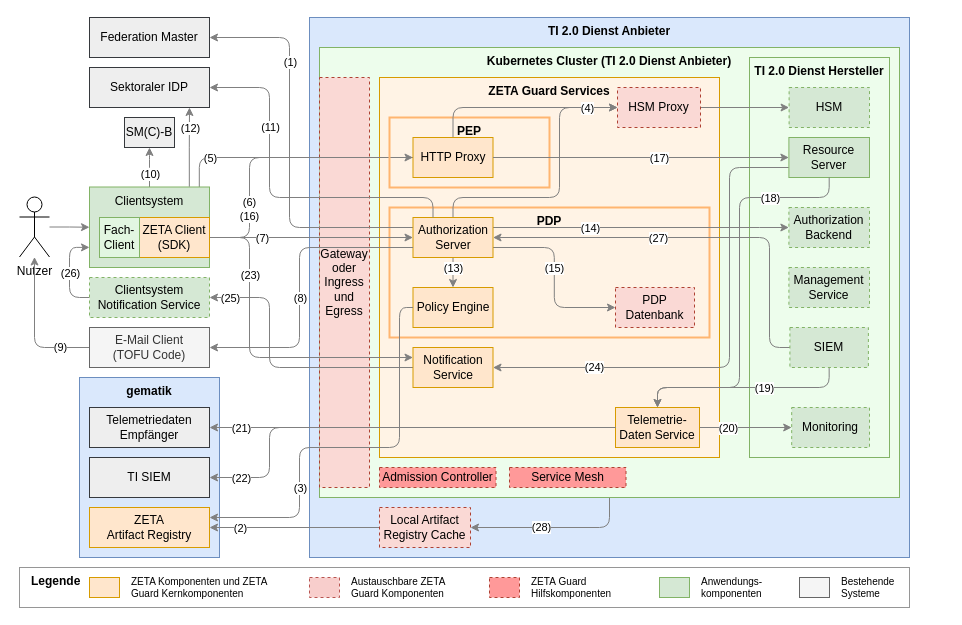
Before: src/drawio/Abb-ZETA-Architektur.drawio in gematik/zeta, a draw.io diagram. Source tidied: cells renumbered, new cells numbered last; positions are measured from the earlier drawing's top-left corner, leaving out a move shared by most shapes. Both pictures are drawn from the tidied source at 100%, with x=0, y=0 at pixel (19, 17).
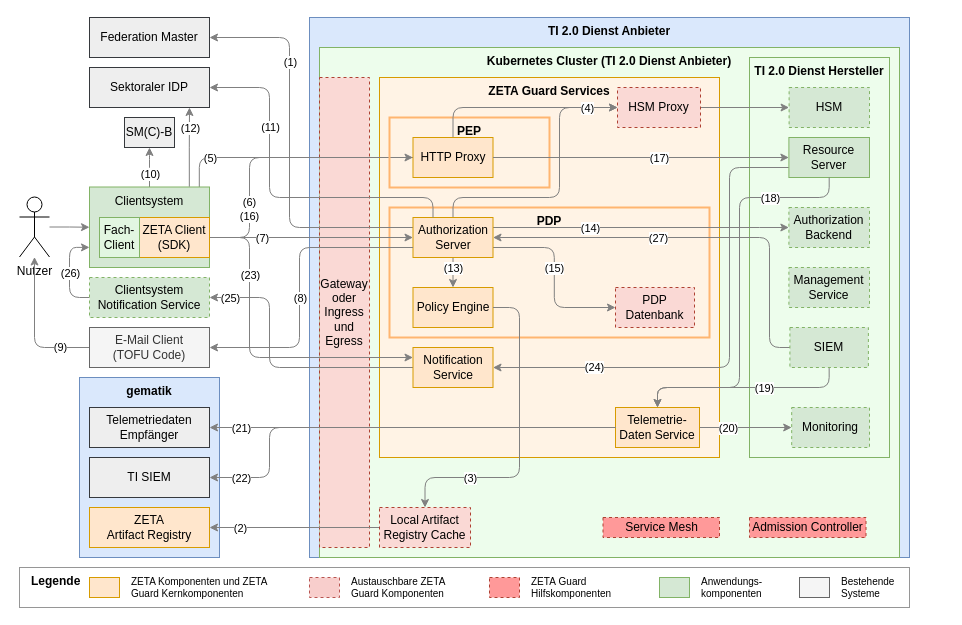
Above is the later version.

Commit message:
fix: Adjust diagram dimensions and positions in Abb-ZETA-Architektur.drawio

The change refers to these unchanged cells:
```xml
<mxCell id="9" value="Policy Engine" style="rounded=0;whiteSpace=wrap;html=1;fillColor=#ffe6cc;strokeColor=#d79b00;" parent="1" vertex="1">
  <mxGeometry x="393.5" y="270" width="80" height="40" as="geometry" />
</mxCell>
<mxCell id="59" value="&lt;div&gt;ZETA&lt;/div&gt;Artifact Registry" style="rounded=0;whiteSpace=wrap;html=1;fillColor=#ffe6cc;strokeColor=#d79b00;" parent="1" vertex="1">
  <mxGeometry x="70" y="490" width="120" height="40" as="geometry" />
</mxCell>
<mxCell id="100" value="Local Artifact Registry Cache" style="rounded=0;whiteSpace=wrap;html=1;dashed=1;fillColor=#fad9d5;strokeColor=#ae4132;" parent="1" vertex="1">
  <mxGeometry x="360" y="490" width="91" height="40" as="geometry" />
</mxCell>
```

Change to the diagram source:
```diff
@@
-    <mxCell id="4" style="edgeStyle=orthogonalEdgeStyle;html=1;entryX=1;entryY=0.5;entryDx=0;entryDy=0;strokeColor=#808080;" parent="1" edge="1" source="6" target="100">
-      <mxGeometry relative="1" as="geometry" />
-    </mxCell>
-    <mxCell id="5" value="(28)" style="edgeLabel;html=1;align=center;verticalAlign=middle;" parent="4" vertex="1">
-      <mxGeometry x="0.17" y="-1" relative="1" as="geometry" />
-    </mxCell>
     <mxCell id="6" value="&lt;b&gt;Kubernetes Cluster (&lt;/b&gt;&lt;b&gt;TI 2.0 Dienst Anbieter&lt;/b&gt;&lt;b&gt;)&lt;/b&gt;" style="rounded=0;whiteSpace=wrap;html=1;fillColor=#edfdec;strokeColor=#82b366;align=center;verticalAlign=top;" parent="1" vertex="1">
-      <mxGeometry x="300" y="30" width="580" height="450" as="geometry" />
+      <mxGeometry x="300" y="30" width="580" height="510" as="geometry" />
     </mxCell>
@@
     <mxCell id="11" value="&lt;div&gt;&lt;span style=&quot;background-color: transparent; color: light-dark(rgb(0, 0, 0), rgb(255, 255, 255));&quot;&gt;Gateway&lt;/span&gt;&lt;/div&gt;&lt;div&gt;&lt;span style=&quot;background-color: transparent; color: light-dark(rgb(0, 0, 0), rgb(255, 255, 255));&quot;&gt;oder&lt;/span&gt;&lt;/div&gt;&lt;div&gt;Ingress&lt;div&gt;und&lt;/div&gt;&lt;div&gt;Egress&lt;/div&gt;&lt;/div&gt;" style="rounded=0;whiteSpace=wrap;html=1;verticalAlign=middle;dashed=1;fillColor=#fad9d5;strokeColor=#ae4132;" parent="1" vertex="1">
-      <mxGeometry x="300" y="60" width="50" height="410" as="geometry" />
+      <mxGeometry x="300" y="60" width="50" height="470" as="geometry" />
     </mxCell>
@@
-    <mxCell id="23" style="edgeStyle=orthogonalEdgeStyle;rounded=1;jettySize=auto;html=1;entryX=1;entryY=0.25;entryDx=0;entryDy=0;exitX=0;exitY=0.5;exitDx=0;exitDy=0;curved=0;strokeColor=#808080;" parent="1" edge="1" source="9" target="59">
+    <mxCell id="23" style="edgeStyle=orthogonalEdgeStyle;rounded=1;jettySize=auto;html=1;entryX=0.5;entryY=0;entryDx=0;entryDy=0;exitX=1;exitY=0.5;exitDx=0;exitDy=0;curved=0;strokeColor=#808080;" parent="1" edge="1" source="9" target="100">
       <mxGeometry relative="1" as="geometry">
         <Array as="points">
-          <mxPoint x="380" y="290" />
-          <mxPoint x="380" y="430" />
-          <mxPoint x="280" y="430" />
-          <mxPoint x="280" y="500" />
+          <mxPoint x="500" y="290" />
+          <mxPoint x="500" y="460" />
+          <mxPoint x="405" y="460" />
         </Array>
       </mxGeometry>
     </mxCell>
     <mxCell id="24" value="(3)" style="edgeLabel;html=1;align=center;verticalAlign=middle;" parent="23" vertex="1">
       <mxGeometry x="0.45" y="-1" relative="1" as="geometry">
-        <mxPoint x="1" y="-6" as="offset" />
+        <mxPoint x="-13" y="1" as="offset" />
       </mxGeometry>
     </mxCell>
@@
     <mxCell id="97" value="&lt;div&gt;Admission Controller&lt;/div&gt;" style="rounded=0;whiteSpace=wrap;html=1;dashed=1;fillColor=#FF9999;strokeColor=#ae4132;" parent="1" vertex="1">
-      <mxGeometry x="360" y="450" width="116.5" height="20" as="geometry" />
+      <mxGeometry x="730" y="500" width="116.5" height="20" as="geometry" />
     </mxCell>
@@
     <mxCell id="104" value="&lt;div&gt;Service Mesh&lt;/div&gt;" style="rounded=0;whiteSpace=wrap;html=1;dashed=1;fillColor=#FF9999;strokeColor=#ae4132;" parent="1" vertex="1">
-      <mxGeometry x="490" y="450" width="116.5" height="20" as="geometry" />
+      <mxGeometry x="583.5" y="500" width="116.5" height="20" as="geometry" />
     </mxCell>
```
